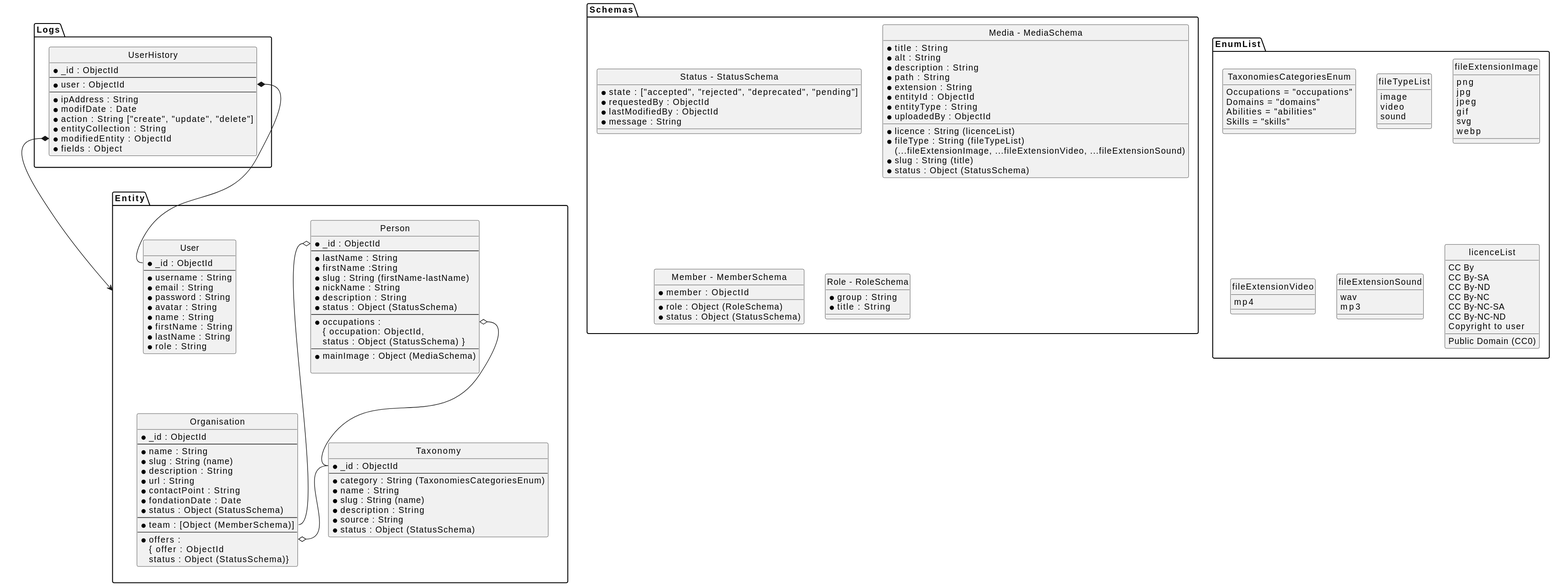
Earlier version of the PlantUML export doc/bd-structure.svg (Avantage-Numerique/bdsol-api).
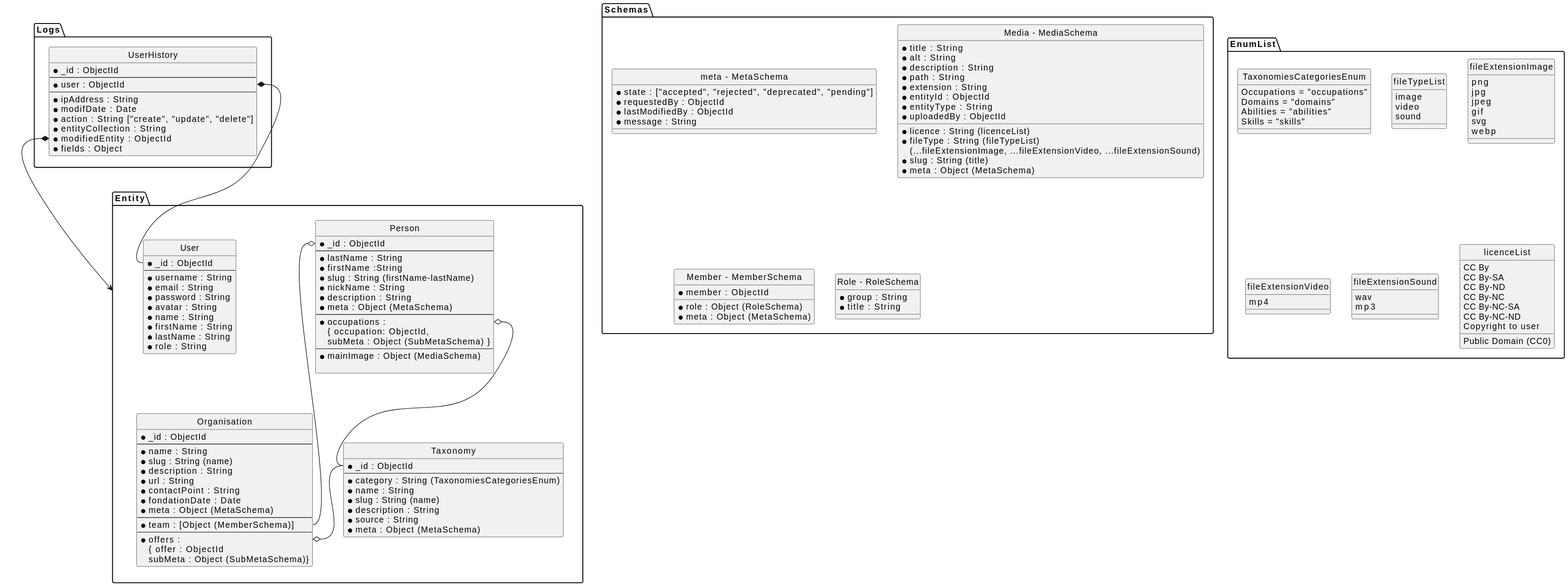
The same file after the commit.

Commit message:
Render des fichiers PlantUML dans la documentation, via l'action `generate plantuml`

The edit, as a diff of the source:
```diff
@@ -11,11 +11,11 @@
     *slug : String (firstName-lastName)
     *nickName : String
     *description : String
-    *status : Object (StatusSchema)
+    *meta : Object (MetaSchema)
     --
     *occupations :
         { occupation: ObjectId,
-        status : Object (StatusSchema) }
+        subMeta : Object (SubMetaSchema) }
     --
     *mainImage : Object (MediaSchema)
 
@@ -29,7 +29,7 @@
     *slug : String (name)
     *description : String
     *source : String
-    *status : Object (StatusSchema)
+    *meta : Object (MetaSchema)
   }
 
   entity "Organisation" as org {
@@ -41,13 +41,13 @@
     *url : String
     *contactPoint : String
     *fondationDate : Date
-    *status : Object (StatusSchema)
+    *meta : Object (MetaSchema)
     --
     *team : [Object (MemberSchema)]
     --
     *offers :
         { offer : ObjectId
-        status : Object (StatusSchema)}
+        subMeta : Object (SubMetaSchema)}
   }
 
   entity "User" as usr {
@@ -80,7 +80,7 @@
 }
 
 package Schemas {
-  entity "Status - StatusSchema" {
+  entity "meta - MetaSchema" {
     *state : ["accepted", "rejected", "deprecated", "pending"]
     *requestedBy : ObjectId
     *lastModifiedBy : ObjectId
@@ -100,13 +100,13 @@
     *entityId : ObjectId
     *entityType : String
     *uploadedBy : ObjectId
-    *status : Object (StatusSchema)
+    *meta : Object (MetaSchema)
   }
 
   entity "Member - MemberSchema" {
     *member : ObjectId
     *role : Object (RoleSchema)
-    *status : Object (StatusSchema)
+    *meta : Object (MetaSchema)
   }
 
   entity "Role - RoleSchema" {
```
